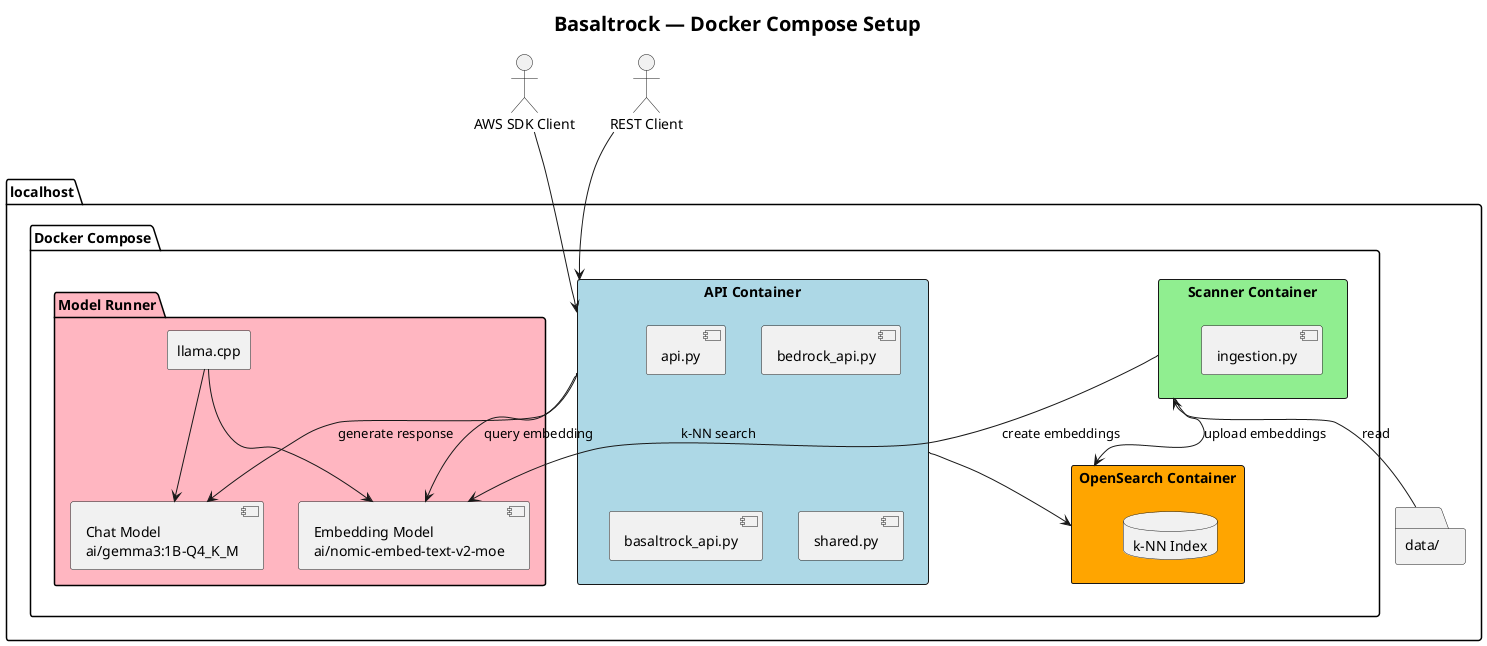
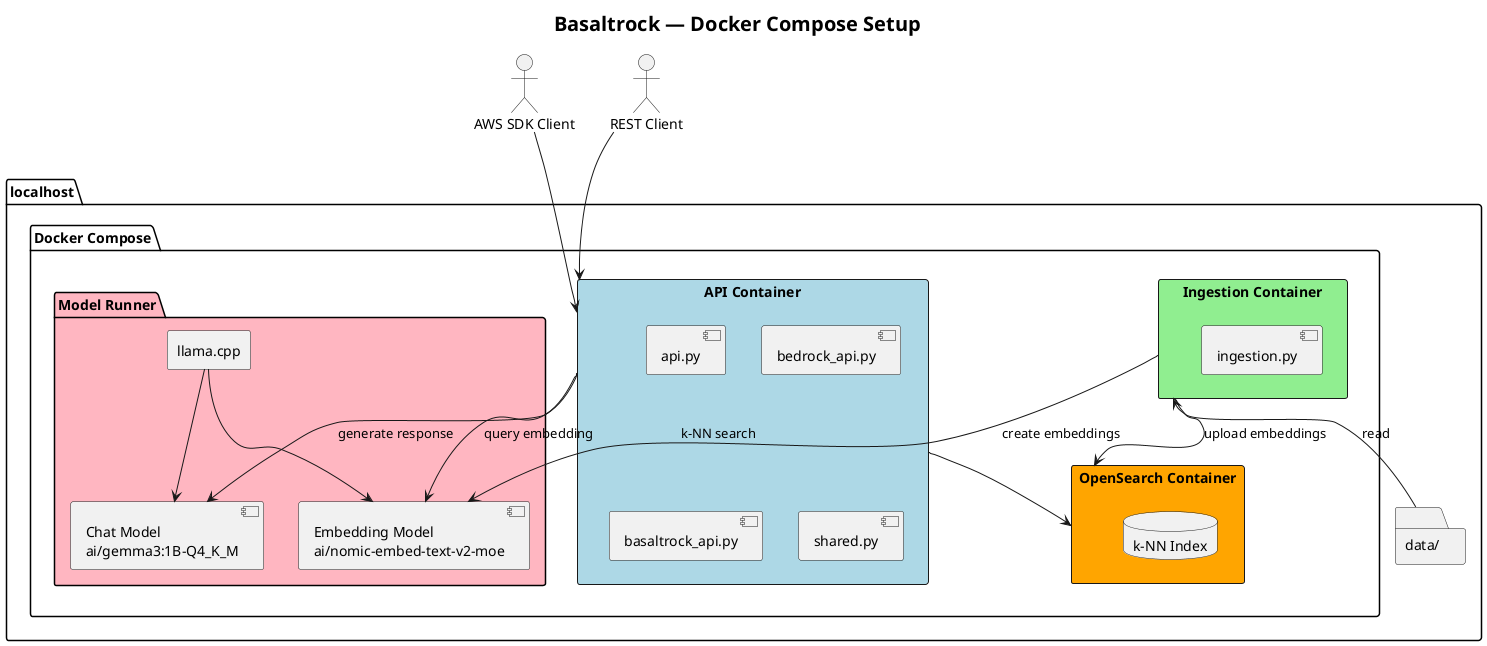
@startuml

title <size:20>Basaltrock — Docker Compose Setup</size>

actor "AWS SDK Client" as awsuser
actor "REST Client" as curluser


package localhost {
folder "data/" as datafiles
package "Docker Compose" {

  rectangle "OpenSearch Container" as opensearch #Orange {
    database "k-NN Index"
  }

-   rectangle "Scanner Container" as ingestion #LightGreen {
+   rectangle "Ingestion Container" as ingestion #LightGreen {
    component "ingestion.py"
  }

  rectangle "API Container" as api #LightBlue {
    component "api.py"
    component "bedrock_api.py"
    component "basaltrock_api.py"
    component "shared.py"
  }

package "Model Runner" #LightPink {
  rectangle "llama.cpp" as modelrunner
  component "Chat Model\nai/gemma3:1B-Q4_K_M" as chatmodel
  component "Embedding Model\nai/nomic-embed-text-v2-moe" as embedmodel

  modelrunner --> chatmodel
  modelrunner --> embedmodel
}
  ingestion <-- datafiles : read
  ingestion --> opensearch : upload embeddings
  api --> opensearch : k-NN search
}



awsuser --> api
curluser --> api

ingestion --> embedmodel : create embeddings
api --> embedmodel : query embedding
api --> chatmodel : generate response
}
@enduml